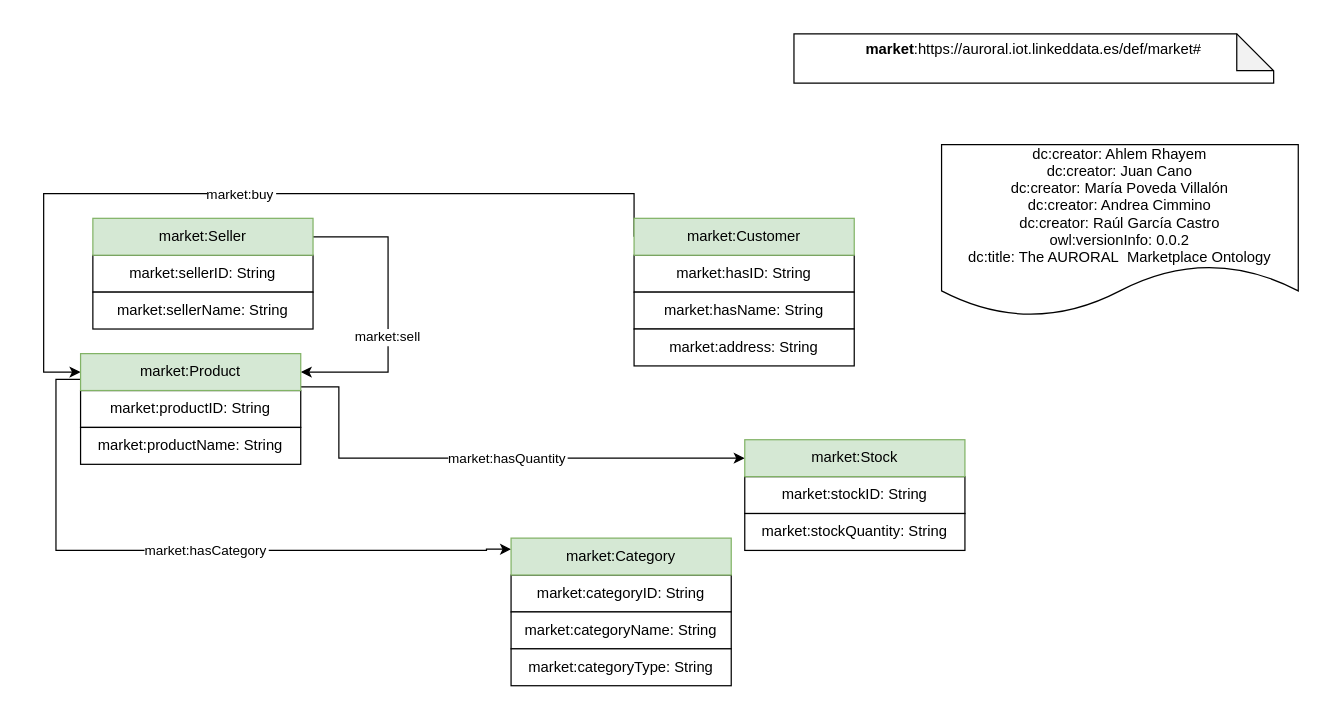
Earlier version of the draw.io diagram diagrams/marketplace.drawio (oeg-upm/AURORAL-marketplace-ontology). Source tidied: cells renumbered, new cells numbered last; positions are measured from the earlier drawing's top-left corner, leaving out a move shared by most shapes. Both pictures are drawn from the tidied source at 123%, with x=0, y=0 at pixel (43, 33).
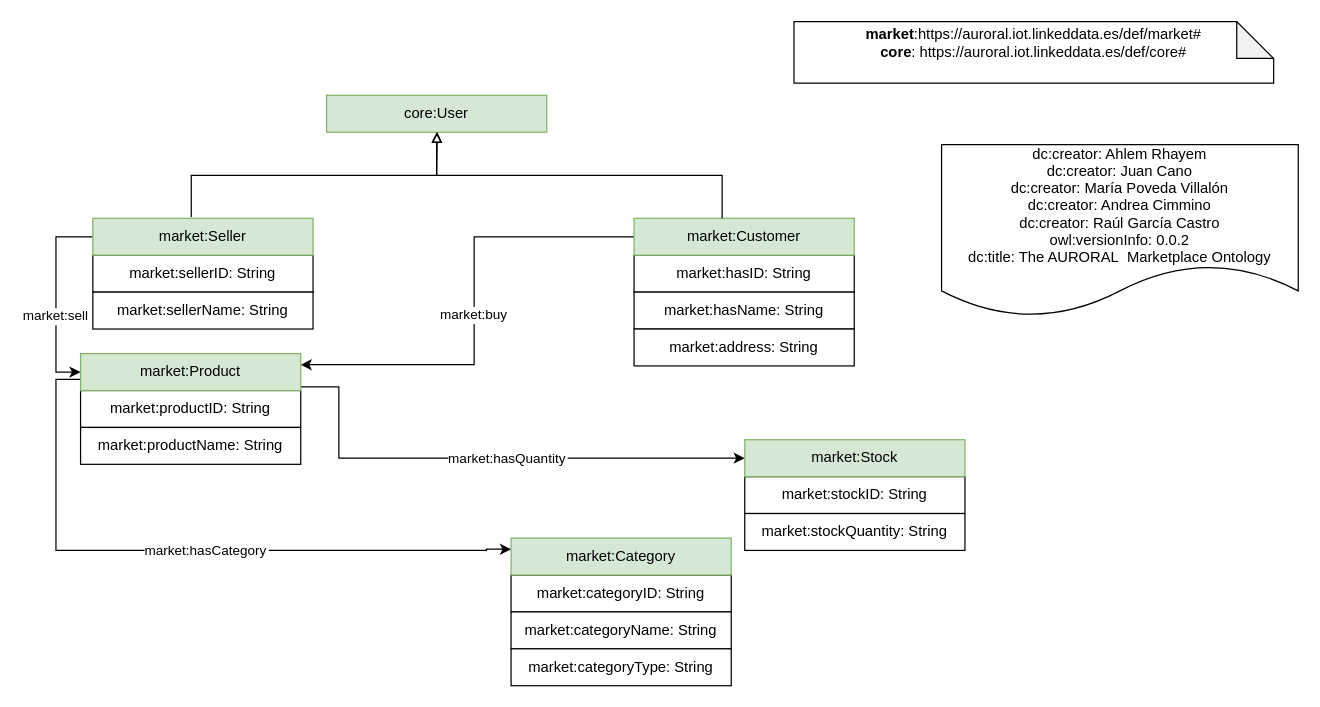
The same diagram, later.

The change refers to these unchanged cells:
```xml
<mxCell id="9" value="market:Customer" style="rounded=0;whiteSpace=wrap;html=1;snapToPoint=1;points=[[0.1,0],[0.2,0],[0.3,0],[0.4,0],[0.5,0],[0.6,0],[0.7,0],[0.8,0],[0.9,0],[0,0.1],[0,0.3],[0,0.5],[0,0.7],[0,0.9],[0.1,1],[0.2,1],[0.3,1],[0.4,1],[0.5,1],[0.6,1],[0.7,1],[0.8,1],[0.9,1],[1,0.1],[1,0.3],[1,0.5],[1,0.7],[1,0.9]];fillColor=#d5e8d4;strokeColor=#82b366;" parent="1" vertex="1">
  <mxGeometry x="480" y="150" width="179" height="30" as="geometry" />
</mxCell>
<mxCell id="16" value="market:Seller" style="rounded=0;whiteSpace=wrap;html=1;snapToPoint=1;points=[[0.1,0],[0.2,0],[0.3,0],[0.4,0],[0.5,0],[0.6,0],[0.7,0],[0.8,0],[0.9,0],[0,0.1],[0,0.3],[0,0.5],[0,0.7],[0,0.9],[0.1,1],[0.2,1],[0.3,1],[0.4,1],[0.5,1],[0.6,1],[0.7,1],[0.8,1],[0.9,1],[1,0.1],[1,0.3],[1,0.5],[1,0.7],[1,0.9]];fillColor=#d5e8d4;strokeColor=#82b366;" parent="1" vertex="1">
  <mxGeometry x="40" y="150" width="179" height="30" as="geometry" />
</mxCell>
<mxCell id="19" value="market:Product" style="rounded=0;whiteSpace=wrap;html=1;snapToPoint=1;points=[[0.1,0],[0.2,0],[0.3,0],[0.4,0],[0.5,0],[0.6,0],[0.7,0],[0.8,0],[0.9,0],[0,0.1],[0,0.3],[0,0.5],[0,0.7],[0,0.9],[0.1,1],[0.2,1],[0.3,1],[0.4,1],[0.5,1],[0.6,1],[0.7,1],[0.8,1],[0.9,1],[1,0.1],[1,0.3],[1,0.5],[1,0.7],[1,0.9]];fillColor=#d5e8d4;strokeColor=#82b366;" parent="1" vertex="1">
  <mxGeometry x="30" y="260" width="179" height="30" as="geometry" />
</mxCell>
```

What changed in the source:
```diff
@@
     <mxCell id="2" value="market:sell" style="edgeStyle=orthogonalEdgeStyle;rounded=0;jettySize=auto;fontSize=11;endArrow=classic;endFill=1;" parent="1" edge="1" source="16" target="19">
       <mxGeometry x="0.17" relative="1" as="geometry">
         <Array as="points">
-          <mxPoint x="280" y="165" />
-          <mxPoint x="280" y="275" />
+          <mxPoint x="10" y="165" />
+          <mxPoint x="10" y="275" />
         </Array>
       </mxGeometry>
     </mxCell>
-    <mxCell id="3" value="market:buy" style="edgeStyle=orthogonalEdgeStyle;rounded=0;jettySize=auto;fontSize=11;endArrow=classic;endFill=1;exitX=0;exitY=0.5;exitDx=0;exitDy=0;entryX=0;entryY=0.5;entryDx=0;entryDy=0;" parent="1" edge="1" source="9" target="19">
+    <mxCell id="3" value="market:buy" style="edgeStyle=orthogonalEdgeStyle;rounded=0;jettySize=auto;fontSize=11;endArrow=classic;endFill=1;entryX=1;entryY=0.3;entryDx=0;entryDy=0;" parent="1" edge="1" source="9" target="19">
       <mxGeometry x="0.03" relative="1" as="geometry">
         <Array as="points">
-          <mxPoint x="480" y="130" />
-          <mxPoint y="130" />
-          <mxPoint y="275" />
+          <mxPoint x="350" y="165" />
+          <mxPoint x="350" y="269" />
         </Array>
       </mxGeometry>
     </mxCell>
@@
-    <mxCell id="6" value="&lt;div&gt;&lt;b&gt;market&lt;/b&gt;&lt;span&gt;:https://auroral.iot.linkeddata.es/def/market#&lt;/span&gt;&lt;br&gt;&lt;/div&gt;&lt;div&gt;&lt;br&gt;&lt;/div&gt;" style="shape=note;whiteSpace=wrap;html=1;backgroundOutline=1;darkOpacity=0.05;" parent="1" vertex="1">
-      <mxGeometry x="610" width="390" height="40" as="geometry" />
+    <mxCell id="6" value="&lt;div&gt;&lt;b&gt;market&lt;/b&gt;&lt;span&gt;:https://auroral.iot.linkeddata.es/def/market#&lt;/span&gt;&lt;br&gt;&lt;/div&gt;&lt;div&gt;&lt;b&gt;core&lt;/b&gt;:&amp;nbsp;https://auroral.iot.linkeddata.es/def/core#&lt;br&gt;&lt;/div&gt;&lt;div&gt;&lt;br&gt;&lt;/div&gt;" style="shape=note;whiteSpace=wrap;html=1;backgroundOutline=1;darkOpacity=0.05;" parent="1" vertex="1">
+      <mxGeometry x="610" y="-10" width="390" height="50" as="geometry" />
     </mxCell>
@@
+    <mxCell id="25" value="core:User" style="rounded=0;whiteSpace=wrap;html=1;snapToPoint=1;points=[[0.1,0],[0.2,0],[0.3,0],[0.4,0],[0.5,0],[0.6,0],[0.7,0],[0.8,0],[0.9,0],[0,0.1],[0,0.3],[0,0.5],[0,0.7],[0,0.9],[0.1,1],[0.2,1],[0.3,1],[0.4,1],[0.5,1],[0.6,1],[0.7,1],[0.8,1],[0.9,1],[1,0.1],[1,0.3],[1,0.5],[1,0.7],[1,0.9]];fillColor=#d5e8d4;strokeColor=#82b366;" parent="1" vertex="1">
+      <mxGeometry x="230" y="50" width="179" height="30" as="geometry" />
+    </mxCell>
+    <mxCell id="26" style="edgeStyle=orthogonalEdgeStyle;rounded=0;jettySize=auto;html=1;exitX=0.4;exitY=0;exitDx=0;exitDy=0;entryX=0.5;entryY=1;entryDx=0;entryDy=0;fontSize=11;endArrow=block;endFill=0;" parent="1" edge="1" source="9" target="25">
+      <mxGeometry relative="1" as="geometry" />
+    </mxCell>
+    <mxCell id="27" style="edgeStyle=orthogonalEdgeStyle;rounded=0;jettySize=auto;html=1;exitX=0.447;exitY=-0.033;exitDx=0;exitDy=0;fontSize=11;endArrow=block;endFill=0;exitPerimeter=0;" parent="1" edge="1" source="16" target="25">
+      <mxGeometry relative="1" as="geometry" />
+    </mxCell>
```
